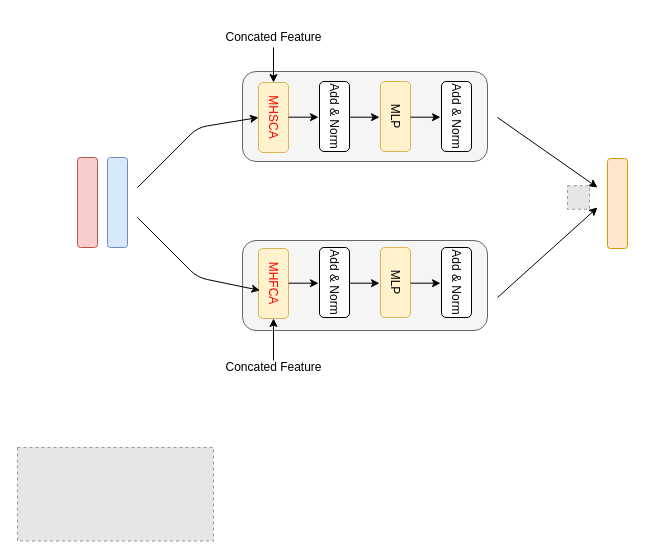
920232796/test keeps this draw.io diagram as Untitled Diagram.drawio. Above is the earlier version. Source tidied: cells renumbered, new cells numbered last; positions are measured from the earlier drawing's top-left corner, leaving out a move shared by most shapes. Both pictures are drawn from the tidied source at 100%, with x=0, y=0 at pixel (17, 27). Pictures stored in the file or linked from it are replaced by grey dashed boxes.
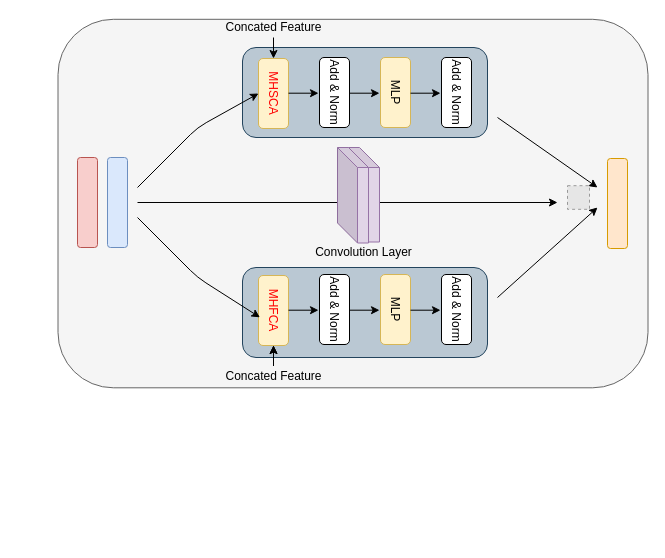
Above is the later version.

The edit, as a diff of the source:
```diff
@@
+    <mxCell id="31" style="rounded=1;whiteSpace=wrap;html=1;align=center;fillColor=#f5f5f5;strokeColor=#666666;fontColor=#333333;" parent="1" vertex="1">
+      <mxGeometry x="40.5" y="-8.2" width="590" height="368.5" as="geometry" />
+    </mxCell>
@@
-    <mxCell id="4" style="fillColor=#E6E6E6;strokeColor=#999999;dashed=1;verticalLabelPosition=bottom;labelBackgroundColor=#ffffff;verticalAlign=top;" parent="1" vertex="1">
-      <mxGeometry y="420" width="196" height="93.5" as="geometry" />
-    </mxCell>
-    <mxCell id="5" style="rounded=1;whiteSpace=wrap;html=1;align=center;fillColor=#f5f5f5;strokeColor=#666666;fontColor=#333333;" parent="1" vertex="1">
-      <mxGeometry x="225" y="44" width="245" height="90" as="geometry" />
+    <mxCell id="5" style="rounded=1;whiteSpace=wrap;html=1;align=center;fillColor=#bac8d3;strokeColor=#23445d;" parent="1" vertex="1">
+      <mxGeometry x="225" y="20" width="245" height="90" as="geometry" />
     </mxCell>
-    <mxCell id="6" style="endArrow=classic;html=1;entryX=0.5;entryY=1;entryDx=0;entryDy=0;" parent="1" edge="1" target="7">
-      <mxGeometry relative="1" as="geometry">
-        <mxPoint x="256" y="20" as="sourcePoint" />
-      </mxGeometry>
+    <mxCell id="6" style="endArrow=classic;html=1;entryX=0.5;entryY=1;entryDx=0;entryDy=0;" parent="1" edge="1" source="10" target="7">
+      <mxGeometry relative="1" as="geometry" />
     </mxCell>
     <mxCell id="7" value="&lt;font color=&quot;#ff0000&quot;&gt;MHSCA&lt;/font&gt;" style="rounded=1;whiteSpace=wrap;html=1;align=center;horizontal=0;rotation=-180;fillColor=#fff2cc;strokeColor=#d6b656;" parent="1" vertex="1">
-      <mxGeometry x="241" y="55" width="30" height="70" as="geometry" />
+      <mxGeometry x="241" y="31" width="30" height="70" as="geometry" />
     </mxCell>
     <mxCell id="8" style="endArrow=classic;html=1;" parent="1" edge="1">
       <mxGeometry relative="1" as="geometry">
-        <mxPoint x="271" y="89.7" as="sourcePoint" />
-        <mxPoint x="301" y="89.7" as="targetPoint" />
+        <mxPoint x="271" y="65.7" as="sourcePoint" />
+        <mxPoint x="301" y="65.7" as="targetPoint" />
       </mxGeometry>
     </mxCell>
@@
     <mxCell id="10" value="Concated Feature" style="text;html=1;align=center;verticalAlign=middle;points=[];" parent="1" vertex="1">
-      <mxGeometry x="201" width="110" height="20" as="geometry" />
+      <mxGeometry x="201" y="-10" width="110" height="20" as="geometry" />
     </mxCell>
     <mxCell id="11" value="Add &amp;amp; Norm" style="rounded=1;whiteSpace=wrap;html=1;align=center;horizontal=0;rotation=-180;" parent="1" vertex="1">
-      <mxGeometry x="302" y="54" width="30" height="70" as="geometry" />
+      <mxGeometry x="302" y="30" width="30" height="70" as="geometry" />
     </mxCell>
     <mxCell id="12" style="endArrow=classic;html=1;" parent="1" edge="1">
       <mxGeometry relative="1" as="geometry">
-        <mxPoint x="332" y="89.7" as="sourcePoint" />
-        <mxPoint x="362" y="89.7" as="targetPoint" />
+        <mxPoint x="332" y="65.7" as="sourcePoint" />
+        <mxPoint x="362" y="65.7" as="targetPoint" />
       </mxGeometry>
     </mxCell>
     <mxCell id="13" value="MLP" style="rounded=1;whiteSpace=wrap;html=1;align=center;horizontal=0;rotation=-180;fillColor=#fff2cc;strokeColor=#d6b656;" parent="1" vertex="1">
-      <mxGeometry x="363" y="54" width="30" height="70" as="geometry" />
+      <mxGeometry x="363" y="30" width="30" height="70" as="geometry" />
     </mxCell>
     <mxCell id="14" style="endArrow=classic;html=1;" parent="1" edge="1">
       <mxGeometry relative="1" as="geometry">
-        <mxPoint x="393" y="89.7" as="sourcePoint" />
-        <mxPoint x="423" y="89.7" as="targetPoint" />
+        <mxPoint x="393" y="65.7" as="sourcePoint" />
+        <mxPoint x="423" y="65.7" as="targetPoint" />
       </mxGeometry>
     </mxCell>
     <mxCell id="15" value="Add &amp;amp; Norm" style="rounded=1;whiteSpace=wrap;html=1;align=center;horizontal=0;rotation=-180;" parent="1" vertex="1">
-      <mxGeometry x="424" y="54" width="30" height="70" as="geometry" />
+      <mxGeometry x="424" y="30" width="30" height="70" as="geometry" />
     </mxCell>
-    <mxCell id="16" style="rounded=1;whiteSpace=wrap;html=1;align=center;fillColor=#f5f5f5;strokeColor=#666666;fontColor=#333333;" parent="1" vertex="1">
-      <mxGeometry x="225" y="213" width="245" height="90" as="geometry" />
+    <mxCell id="16" style="rounded=1;whiteSpace=wrap;html=1;align=center;fillColor=#bac8d3;strokeColor=#23445d;" parent="1" vertex="1">
+      <mxGeometry x="225" y="240" width="245" height="90" as="geometry" />
     </mxCell>
     <mxCell id="17" value="&lt;font color=&quot;#ff0000&quot;&gt;MHFCA&lt;/font&gt;" style="rounded=1;whiteSpace=wrap;html=1;align=center;horizontal=0;rotation=-180;fillColor=#fff2cc;strokeColor=#d6b656;" parent="1" vertex="1">
-      <mxGeometry x="241" y="221" width="30" height="70" as="geometry" />
+      <mxGeometry x="241" y="248" width="30" height="70" as="geometry" />
     </mxCell>
     <mxCell id="18" style="endArrow=classic;html=1;" parent="1" edge="1">
       <mxGeometry relative="1" as="geometry">
-        <mxPoint x="271" y="255.7" as="sourcePoint" />
-        <mxPoint x="301" y="255.7" as="targetPoint" />
+        <mxPoint x="271" y="282.7" as="sourcePoint" />
+        <mxPoint x="301" y="282.7" as="targetPoint" />
       </mxGeometry>
     </mxCell>
     <mxCell id="19" value="Add &amp;amp; Norm" style="rounded=1;whiteSpace=wrap;html=1;align=center;horizontal=0;rotation=-180;" parent="1" vertex="1">
-      <mxGeometry x="302" y="220" width="30" height="70" as="geometry" />
+      <mxGeometry x="302" y="247" width="30" height="70" as="geometry" />
     </mxCell>
     <mxCell id="20" style="endArrow=classic;html=1;" parent="1" edge="1">
       <mxGeometry relative="1" as="geometry">
-        <mxPoint x="332" y="255.7" as="sourcePoint" />
-        <mxPoint x="362" y="255.7" as="targetPoint" />
+        <mxPoint x="332" y="282.7" as="sourcePoint" />
+        <mxPoint x="362" y="282.7" as="targetPoint" />
       </mxGeometry>
     </mxCell>
     <mxCell id="21" value="MLP" style="rounded=1;whiteSpace=wrap;html=1;align=center;horizontal=0;rotation=-180;fillColor=#fff2cc;strokeColor=#d6b656;" parent="1" vertex="1">
-      <mxGeometry x="363" y="220" width="30" height="70" as="geometry" />
+      <mxGeometry x="363" y="247" width="30" height="70" as="geometry" />
     </mxCell>
     <mxCell id="22" style="endArrow=classic;html=1;" parent="1" edge="1">
       <mxGeometry relative="1" as="geometry">
-        <mxPoint x="393" y="255.7" as="sourcePoint" />
-        <mxPoint x="423" y="255.7" as="targetPoint" />
+        <mxPoint x="393" y="282.7" as="sourcePoint" />
+        <mxPoint x="423" y="282.7" as="targetPoint" />
       </mxGeometry>
     </mxCell>
     <mxCell id="23" value="Add &amp;amp; Norm" style="rounded=1;whiteSpace=wrap;html=1;align=center;horizontal=0;rotation=-180;" parent="1" vertex="1">
-      <mxGeometry x="424" y="220" width="30" height="70" as="geometry" />
+      <mxGeometry x="424" y="247" width="30" height="70" as="geometry" />
     </mxCell>
@@
+    <mxCell id="32" style="edgeStyle=orthogonalEdgeStyle;rounded=0;jettySize=auto;html=1;" parent="1" edge="1" source="25" target="17">
+      <mxGeometry relative="1" as="geometry" />
+    </mxCell>
     <mxCell id="25" value="Concated Feature" style="text;html=1;align=center;verticalAlign=middle;points=[];" parent="1" vertex="1">
-      <mxGeometry x="201" y="330" width="110" height="20" as="geometry" />
+      <mxGeometry x="201" y="338.5" width="110" height="20" as="geometry" />
     </mxCell>
@@
+    <mxCell id="33" style="endArrow=classic;html=1;" parent="1" edge="1">
+      <mxGeometry relative="1" as="geometry">
+        <mxPoint x="120" y="175" as="sourcePoint" />
+        <mxPoint x="540" y="175" as="targetPoint" />
+      </mxGeometry>
+    </mxCell>
+    <mxCell id="34" style="shape=cube;whiteSpace=wrap;html=1;boundedLbl=1;backgroundOutline=1;darkOpacity=0.05;darkOpacity2=0.1;align=center;fillColor=#e1d5e7;strokeColor=#9673a6;" parent="1" vertex="1">
+      <mxGeometry x="330" y="120" width="32" height="94.5" as="geometry" />
+    </mxCell>
+    <mxCell id="35" style="shape=cube;whiteSpace=wrap;html=1;boundedLbl=1;backgroundOutline=1;darkOpacity=0.05;darkOpacity2=0.1;align=center;fillColor=#e1d5e7;strokeColor=#9673a6;" parent="1" vertex="1">
+      <mxGeometry x="320" y="120" width="31" height="95.5" as="geometry" />
+    </mxCell>
+    <mxCell id="36" value="Convolution Layer" style="text;html=1;align=center;verticalAlign=middle;" parent="1" vertex="1">
+      <mxGeometry x="291" y="214.5" width="110" height="20" as="geometry" />
+    </mxCell>
```
